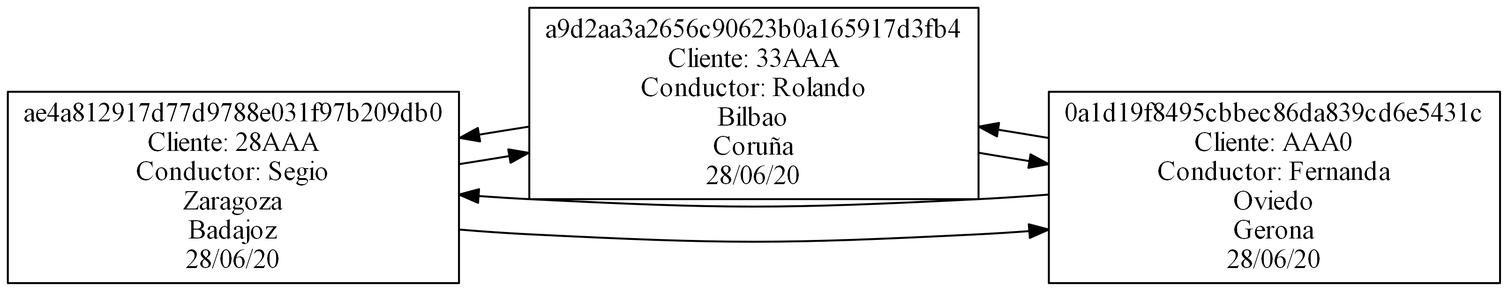
Earlier version of the Graphviz export [EDD]Proyecto2/Bloc_Viaje.png (Pegre369/-EDD-Proyecto2_201701187_201706357). Its source is kept beside it as [EDD]Proyecto2/Bloc_Viaje.dot.
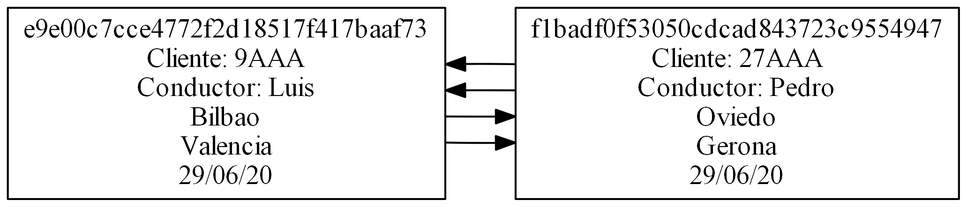
The same file after the commit.

Commit message:
201701187 Pedro Ordoñez

The edit, as a diff of the source:
```diff
@@ -2,28 +2,20 @@
  rankdir=LR
  node[shape=box];
 graph [ dpi = 300 ];
-Dae4a812917d77d9788e031f97b209db0[label="ae4a812917d77d9788e031f97b209db0
-Cliente: 28AAA
-Conductor: Segio
-Zaragoza
-Badajoz
-28/06/20"];
-Da9d2aa3a2656c90623b0a165917d3fb4[label="a9d2aa3a2656c90623b0a165917d3fb4
-Cliente: 33AAA
-Conductor: Rolando
+De9e00c7cce4772f2d18517f417baaf73[label="e9e00c7cce4772f2d18517f417baaf73
+Cliente: 9AAA
+Conductor: Luis
 Bilbao
-Coruña
-28/06/20"];
-D0a1d19f8495cbbec86da839cd6e5431c[label="0a1d19f8495cbbec86da839cd6e5431c
-Cliente: AAA0
-Conductor: Fernanda
+Valencia
+29/06/20"];
+Df1badf0f53050cdcad843723c9554947[label="f1badf0f53050cdcad843723c9554947
+Cliente: 27AAA
+Conductor: Pedro
 Oviedo
 Gerona
-28/06/20"];
-Dae4a812917d77d9788e031f97b209db0->Da9d2aa3a2656c90623b0a165917d3fb4
-Dae4a812917d77d9788e031f97b209db0->D0a1d19f8495cbbec86da839cd6e5431c
-Da9d2aa3a2656c90623b0a165917d3fb4->D0a1d19f8495cbbec86da839cd6e5431c
-Da9d2aa3a2656c90623b0a165917d3fb4->Dae4a812917d77d9788e031f97b209db0
-D0a1d19f8495cbbec86da839cd6e5431c->Dae4a812917d77d9788e031f97b209db0
-D0a1d19f8495cbbec86da839cd6e5431c->Da9d2aa3a2656c90623b0a165917d3fb4
+29/06/20"];
+De9e00c7cce4772f2d18517f417baaf73->Df1badf0f53050cdcad843723c9554947
+De9e00c7cce4772f2d18517f417baaf73->Df1badf0f53050cdcad843723c9554947
+Df1badf0f53050cdcad843723c9554947->De9e00c7cce4772f2d18517f417baaf73
+Df1badf0f53050cdcad843723c9554947->De9e00c7cce4772f2d18517f417baaf73
 }
```
